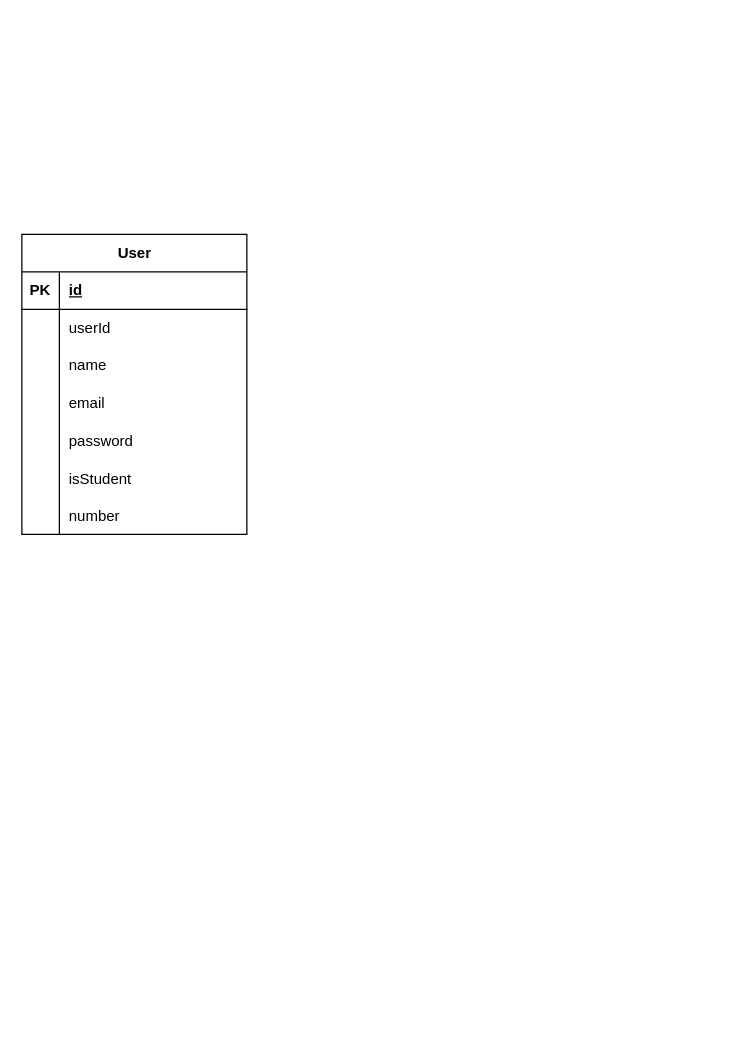
Before: ROAD.drawio in Log-Road/Road-Server, a draw.io diagram. Source tidied: cells renumbered, new cells numbered last; positions are measured from the earlier drawing's top-left corner, leaving out a move shared by most shapes. Both pictures are drawn from the tidied source at 125%, with x=0, y=0 at pixel (21, 234).
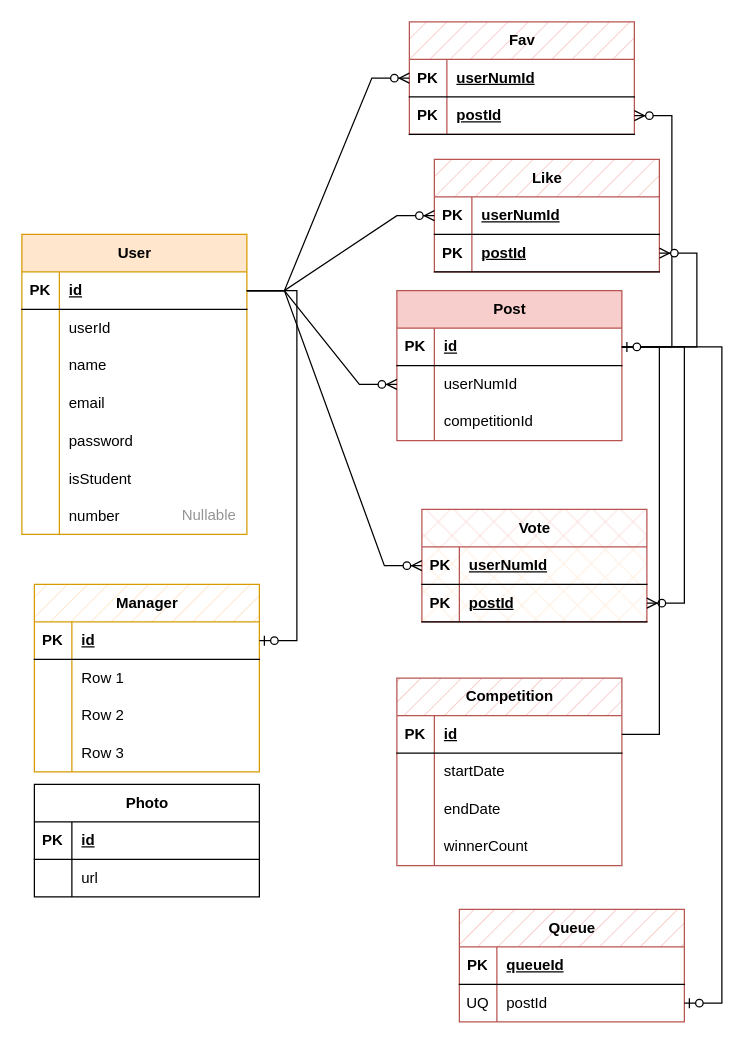
The same page after the edit.

The change refers to these unchanged cells:
```xml
<mxCell id="3" style="shape=tableRow;horizontal=0;startSize=0;swimlaneHead=0;swimlaneBody=0;fillColor=none;points=[[0,0.5],[1,0.5]];portConstraint=eastwest;top=0;left=0;right=0;bottom=1;" parent="2" vertex="1">
  <mxGeometry y="30" width="180" height="30" as="geometry" />
</mxCell>
```

What changed in the source:
```diff
@@
-    <mxCell id="2" value="User" style="shape=table;startSize=30;childLayout=tableLayout;rowLines=0;fontStyle=1;align=center;html=1;" parent="1" vertex="1">
+    <mxCell id="2" value="User" style="shape=table;startSize=30;childLayout=tableLayout;rowLines=0;fontStyle=1;align=center;html=1;fillColor=#ffe6cc;strokeColor=#d79b00;" parent="1" vertex="1">
       <mxGeometry width="180" height="240" as="geometry" />
     </mxCell>
@@
+    <mxCell id="24" value="Post" style="shape=table;startSize=30;childLayout=tableLayout;rowLines=0;fontStyle=1;align=center;html=1;fillColor=#f8cecc;strokeColor=#b85450;" parent="1" vertex="1">
+      <mxGeometry x="300" y="45" width="180" height="120" as="geometry" />
+    </mxCell>
+    <mxCell id="25" style="shape=tableRow;horizontal=0;startSize=0;swimlaneHead=0;swimlaneBody=0;fillColor=none;points=[[0,0.5],[1,0.5]];portConstraint=eastwest;top=0;left=0;right=0;bottom=1;" parent="24" vertex="1">
+      <mxGeometry y="30" width="180" height="30" as="geometry" />
+    </mxCell>
+    <mxCell id="26" value="PK" style="shape=partialRectangle;fillColor=none;top=0;left=0;bottom=0;right=0;fontStyle=1;overflow=hidden;whiteSpace=wrap;html=1;" parent="25" vertex="1">
+      <mxGeometry width="30" height="30" as="geometry" />
+    </mxCell>
+    <mxCell id="27" value="id" style="shape=partialRectangle;fillColor=none;top=0;left=0;bottom=0;right=0;align=left;spacingLeft=6;fontStyle=5;overflow=hidden;whiteSpace=wrap;html=1;" parent="25" vertex="1">
+      <mxGeometry x="30" width="150" height="30" as="geometry" />
+    </mxCell>
+    <mxCell id="28" style="shape=tableRow;horizontal=0;startSize=0;swimlaneHead=0;swimlaneBody=0;fillColor=none;points=[[0,0.5],[1,0.5]];portConstraint=eastwest;top=0;left=0;right=0;bottom=0;" parent="24" vertex="1">
+      <mxGeometry y="60" width="180" height="30" as="geometry" />
+    </mxCell>
+    <mxCell id="29" style="shape=partialRectangle;fillColor=none;top=0;left=0;bottom=0;right=0;overflow=hidden;whiteSpace=wrap;html=1;" parent="28" vertex="1">
+      <mxGeometry width="30" height="30" as="geometry" />
+    </mxCell>
+    <mxCell id="30" value="userNumId" style="shape=partialRectangle;fillColor=none;top=0;left=0;bottom=0;right=0;align=left;spacingLeft=6;overflow=hidden;whiteSpace=wrap;html=1;" parent="28" vertex="1">
+      <mxGeometry x="30" width="150" height="30" as="geometry" />
+    </mxCell>
+    <mxCell id="31" style="shape=tableRow;horizontal=0;startSize=0;swimlaneHead=0;swimlaneBody=0;fillColor=none;top=0;left=0;right=0;bottom=0;" parent="24" vertex="1">
+      <mxGeometry y="90" width="180" height="30" as="geometry" />
+    </mxCell>
+    <mxCell id="32" style="shape=partialRectangle;fillColor=none;top=0;left=0;bottom=0;right=0;overflow=hidden;whiteSpace=wrap;html=1;" parent="31" vertex="1">
+      <mxGeometry width="30" height="30" as="geometry" />
+    </mxCell>
+    <mxCell id="33" value="competitionId" style="shape=partialRectangle;fillColor=none;top=0;left=0;bottom=0;right=0;align=left;spacingLeft=6;overflow=hidden;whiteSpace=wrap;html=1;" parent="31" vertex="1">
+      <mxGeometry x="30" width="150" height="30" as="geometry" />
+    </mxCell>
+    <mxCell id="34" value="Vote" style="shape=table;startSize=30;childLayout=tableLayout;rowLines=0;fontStyle=1;align=center;html=1;fillColor=#f8cecc;strokeColor=#b85450;fillStyle=cross-hatch;swimlaneFillColor=#ffe6cc;" parent="1" vertex="1">
+      <mxGeometry x="320" y="220" width="180" height="90" as="geometry" />
+    </mxCell>
+    <mxCell id="35" style="shape=tableRow;horizontal=0;startSize=0;swimlaneHead=0;swimlaneBody=0;fillColor=none;points=[[0,0.5],[1,0.5]];portConstraint=eastwest;top=0;left=0;right=0;bottom=1;" parent="34" vertex="1">
+      <mxGeometry y="30" width="180" height="30" as="geometry" />
+    </mxCell>
+    <mxCell id="36" value="PK" style="shape=partialRectangle;fillColor=none;top=0;left=0;bottom=0;right=0;fontStyle=1;overflow=hidden;whiteSpace=wrap;html=1;" parent="35" vertex="1">
+      <mxGeometry width="30" height="30" as="geometry" />
+    </mxCell>
+    <mxCell id="37" value="userNumId" style="shape=partialRectangle;fillColor=none;top=0;left=0;bottom=0;right=0;align=left;spacingLeft=6;fontStyle=5;overflow=hidden;whiteSpace=wrap;html=1;" parent="35" vertex="1">
+      <mxGeometry x="30" width="150" height="30" as="geometry" />
+    </mxCell>
+    <mxCell id="38" style="shape=tableRow;horizontal=0;startSize=0;swimlaneHead=0;swimlaneBody=0;fillColor=none;points=[[0,0.5],[1,0.5]];portConstraint=eastwest;top=0;left=0;right=0;bottom=1;" parent="34" vertex="1">
+      <mxGeometry y="60" width="180" height="30" as="geometry" />
+    </mxCell>
+    <mxCell id="39" value="PK" style="shape=partialRectangle;fillColor=none;top=0;left=0;bottom=0;right=0;fontStyle=1;overflow=hidden;whiteSpace=wrap;html=1;" parent="38" vertex="1">
+      <mxGeometry width="30" height="30" as="geometry" />
+    </mxCell>
+    <mxCell id="40" value="postId" style="shape=partialRectangle;fillColor=none;top=0;left=0;bottom=0;right=0;align=left;spacingLeft=6;fontStyle=5;overflow=hidden;whiteSpace=wrap;html=1;" parent="38" vertex="1">
+      <mxGeometry x="30" width="150" height="30" as="geometry" />
+    </mxCell>
+    <mxCell id="41" value="Manager" style="shape=table;startSize=30;childLayout=tableLayout;rowLines=0;fontStyle=1;align=center;html=1;fillColor=#ffe6cc;strokeColor=#d79b00;fillStyle=hatch;" parent="1" vertex="1">
+      <mxGeometry x="10" y="280" width="180" height="150" as="geometry" />
+    </mxCell>
+    <mxCell id="42" style="shape=tableRow;horizontal=0;startSize=0;swimlaneHead=0;swimlaneBody=0;fillColor=none;points=[[0,0.5],[1,0.5]];portConstraint=eastwest;top=0;left=0;right=0;bottom=1;" parent="41" vertex="1">
+      <mxGeometry y="30" width="180" height="30" as="geometry" />
+    </mxCell>
+    <mxCell id="43" value="PK" style="shape=partialRectangle;fillColor=none;top=0;left=0;bottom=0;right=0;fontStyle=1;overflow=hidden;whiteSpace=wrap;html=1;" parent="42" vertex="1">
+      <mxGeometry width="30" height="30" as="geometry" />
+    </mxCell>
+    <mxCell id="44" value="id" style="shape=partialRectangle;fillColor=none;top=0;left=0;bottom=0;right=0;align=left;spacingLeft=6;fontStyle=5;overflow=hidden;whiteSpace=wrap;html=1;" parent="42" vertex="1">
+      <mxGeometry x="30" width="150" height="30" as="geometry" />
+    </mxCell>
+    <mxCell id="45" style="shape=tableRow;horizontal=0;startSize=0;swimlaneHead=0;swimlaneBody=0;fillColor=none;top=0;left=0;right=0;bottom=0;" parent="41" vertex="1">
+      <mxGeometry y="60" width="180" height="30" as="geometry" />
+    </mxCell>
+    <mxCell id="46" style="shape=partialRectangle;fillColor=none;top=0;left=0;bottom=0;right=0;overflow=hidden;whiteSpace=wrap;html=1;" parent="45" vertex="1">
+      <mxGeometry width="30" height="30" as="geometry" />
+    </mxCell>
+    <mxCell id="47" value="Row 1" style="shape=partialRectangle;fillColor=none;top=0;left=0;bottom=0;right=0;align=left;spacingLeft=6;overflow=hidden;whiteSpace=wrap;html=1;" parent="45" vertex="1">
+      <mxGeometry x="30" width="150" height="30" as="geometry" />
+    </mxCell>
+    <mxCell id="48" style="shape=tableRow;horizontal=0;startSize=0;swimlaneHead=0;swimlaneBody=0;fillColor=none;top=0;left=0;right=0;bottom=0;" parent="41" vertex="1">
+      <mxGeometry y="90" width="180" height="30" as="geometry" />
+    </mxCell>
+    <mxCell id="49" style="shape=partialRectangle;fillColor=none;top=0;left=0;bottom=0;right=0;overflow=hidden;whiteSpace=wrap;html=1;" parent="48" vertex="1">
+      <mxGeometry width="30" height="30" as="geometry" />
+    </mxCell>
+    <mxCell id="50" value="Row 2" style="shape=partialRectangle;fillColor=none;top=0;left=0;bottom=0;right=0;align=left;spacingLeft=6;overflow=hidden;whiteSpace=wrap;html=1;" parent="48" vertex="1">
+      <mxGeometry x="30" width="150" height="30" as="geometry" />
+    </mxCell>
+    <mxCell id="51" style="shape=tableRow;horizontal=0;startSize=0;swimlaneHead=0;swimlaneBody=0;fillColor=none;top=0;left=0;right=0;bottom=0;" parent="41" vertex="1">
+      <mxGeometry y="120" width="180" height="30" as="geometry" />
+    </mxCell>
+    <mxCell id="52" style="shape=partialRectangle;fillColor=none;top=0;left=0;bottom=0;right=0;overflow=hidden;whiteSpace=wrap;html=1;" parent="51" vertex="1">
+      <mxGeometry width="30" height="30" as="geometry" />
+    </mxCell>
+    <mxCell id="53" value="Row 3" style="shape=partialRectangle;fillColor=none;top=0;left=0;bottom=0;right=0;align=left;spacingLeft=6;overflow=hidden;whiteSpace=wrap;html=1;" parent="51" vertex="1">
+      <mxGeometry x="30" width="150" height="30" as="geometry" />
+    </mxCell>
+    <mxCell id="54" style="edgeStyle=entityRelationEdgeStyle;fontSize=12;html=1;endArrow=ERzeroToOne;endFill=1;rounded=0;" parent="1" edge="1" source="3" target="42">
+      <mxGeometry relative="1" as="geometry" />
+    </mxCell>
+    <mxCell id="55" style="edgeStyle=entityRelationEdgeStyle;fontSize=12;html=1;endArrow=ERzeroToMany;endFill=1;rounded=0;" parent="1" edge="1" source="3" target="28">
+      <mxGeometry relative="1" as="geometry" />
+    </mxCell>
+    <mxCell id="56" value="Like" style="shape=table;startSize=30;childLayout=tableLayout;rowLines=0;fontStyle=1;align=center;html=1;fillColor=#f8cecc;strokeColor=#b85450;fillStyle=hatch;" parent="1" vertex="1">
+      <mxGeometry x="330" y="-60" width="180" height="90" as="geometry" />
+    </mxCell>
+    <mxCell id="57" style="shape=tableRow;horizontal=0;startSize=0;swimlaneHead=0;swimlaneBody=0;fillColor=none;points=[[0,0.5],[1,0.5]];portConstraint=eastwest;top=0;left=0;right=0;bottom=1;" parent="56" vertex="1">
+      <mxGeometry y="30" width="180" height="30" as="geometry" />
+    </mxCell>
+    <mxCell id="58" value="PK" style="shape=partialRectangle;fillColor=none;top=0;left=0;bottom=0;right=0;fontStyle=1;overflow=hidden;whiteSpace=wrap;html=1;" parent="57" vertex="1">
+      <mxGeometry width="30" height="30" as="geometry" />
+    </mxCell>
+    <mxCell id="59" value="userNumId" style="shape=partialRectangle;fillColor=none;top=0;left=0;bottom=0;right=0;align=left;spacingLeft=6;fontStyle=5;overflow=hidden;whiteSpace=wrap;html=1;" parent="57" vertex="1">
+      <mxGeometry x="30" width="150" height="30" as="geometry" />
+    </mxCell>
+    <mxCell id="60" style="shape=tableRow;horizontal=0;startSize=0;swimlaneHead=0;swimlaneBody=0;fillColor=none;points=[[0,0.5],[1,0.5]];portConstraint=eastwest;top=0;left=0;right=0;bottom=1;" parent="56" vertex="1">
+      <mxGeometry y="60" width="180" height="30" as="geometry" />
+    </mxCell>
+    <mxCell id="61" value="PK" style="shape=partialRectangle;fillColor=none;top=0;left=0;bottom=0;right=0;fontStyle=1;overflow=hidden;whiteSpace=wrap;html=1;" parent="60" vertex="1">
+      <mxGeometry width="30" height="30" as="geometry" />
+    </mxCell>
+    <mxCell id="62" value="postId" style="shape=partialRectangle;fillColor=none;top=0;left=0;bottom=0;right=0;align=left;spacingLeft=6;fontStyle=5;overflow=hidden;whiteSpace=wrap;html=1;" parent="60" vertex="1">
+      <mxGeometry x="30" width="150" height="30" as="geometry" />
+    </mxCell>
+    <mxCell id="63" value="Fav" style="shape=table;startSize=30;childLayout=tableLayout;rowLines=0;fontStyle=1;align=center;html=1;fillColor=#f8cecc;strokeColor=#b85450;fillStyle=hatch;" parent="1" vertex="1">
+      <mxGeometry x="310" y="-170" width="180" height="90" as="geometry" />
+    </mxCell>
+    <mxCell id="64" style="shape=tableRow;horizontal=0;startSize=0;swimlaneHead=0;swimlaneBody=0;fillColor=none;points=[[0,0.5],[1,0.5]];portConstraint=eastwest;top=0;left=0;right=0;bottom=1;" parent="63" vertex="1">
+      <mxGeometry y="30" width="180" height="30" as="geometry" />
+    </mxCell>
+    <mxCell id="65" value="PK" style="shape=partialRectangle;fillColor=none;top=0;left=0;bottom=0;right=0;fontStyle=1;overflow=hidden;whiteSpace=wrap;html=1;" parent="64" vertex="1">
+      <mxGeometry width="30" height="30" as="geometry" />
+    </mxCell>
+    <mxCell id="66" value="userNumId" style="shape=partialRectangle;fillColor=none;top=0;left=0;bottom=0;right=0;align=left;spacingLeft=6;fontStyle=5;overflow=hidden;whiteSpace=wrap;html=1;" parent="64" vertex="1">
+      <mxGeometry x="30" width="150" height="30" as="geometry" />
+    </mxCell>
+    <mxCell id="67" style="shape=tableRow;horizontal=0;startSize=0;swimlaneHead=0;swimlaneBody=0;fillColor=none;points=[[0,0.5],[1,0.5]];portConstraint=eastwest;top=0;left=0;right=0;bottom=1;" parent="63" vertex="1">
+      <mxGeometry y="60" width="180" height="30" as="geometry" />
+    </mxCell>
+    <mxCell id="68" value="PK" style="shape=partialRectangle;fillColor=none;top=0;left=0;bottom=0;right=0;fontStyle=1;overflow=hidden;whiteSpace=wrap;html=1;" parent="67" vertex="1">
+      <mxGeometry width="30" height="30" as="geometry" />
+    </mxCell>
+    <mxCell id="69" value="postId" style="shape=partialRectangle;fillColor=none;top=0;left=0;bottom=0;right=0;align=left;spacingLeft=6;fontStyle=5;overflow=hidden;whiteSpace=wrap;html=1;" parent="67" vertex="1">
+      <mxGeometry x="30" width="150" height="30" as="geometry" />
+    </mxCell>
+    <mxCell id="70" style="edgeStyle=entityRelationEdgeStyle;fontSize=12;html=1;endArrow=ERzeroToMany;endFill=1;rounded=0;" parent="1" edge="1" source="3" target="64">
+      <mxGeometry relative="1" as="geometry" />
+    </mxCell>
+    <mxCell id="71" style="edgeStyle=entityRelationEdgeStyle;fontSize=12;html=1;endArrow=ERzeroToMany;endFill=1;rounded=0;" parent="1" edge="1" source="25" target="67">
+      <mxGeometry relative="1" as="geometry" />
+    </mxCell>
+    <mxCell id="72" style="edgeStyle=entityRelationEdgeStyle;fontSize=12;html=1;endArrow=ERzeroToMany;endFill=1;rounded=0;" parent="1" edge="1" target="60">
+      <mxGeometry relative="1" as="geometry">
+        <mxPoint x="480" y="90" as="sourcePoint" />
+      </mxGeometry>
+    </mxCell>
+    <mxCell id="73" style="edgeStyle=entityRelationEdgeStyle;fontSize=12;html=1;endArrow=ERzeroToMany;endFill=1;rounded=0;" parent="1" edge="1" source="3" target="57">
+      <mxGeometry relative="1" as="geometry" />
+    </mxCell>
+    <mxCell id="74" style="edgeStyle=entityRelationEdgeStyle;fontSize=12;html=1;endArrow=ERzeroToMany;endFill=1;rounded=0;" parent="1" edge="1" target="38">
+      <mxGeometry relative="1" as="geometry">
+        <mxPoint x="480" y="90" as="sourcePoint" />
+      </mxGeometry>
+    </mxCell>
+    <mxCell id="75" style="edgeStyle=entityRelationEdgeStyle;fontSize=12;html=1;endArrow=ERzeroToMany;endFill=1;rounded=0;" parent="1" edge="1" source="3" target="35">
+      <mxGeometry relative="1" as="geometry" />
+    </mxCell>
+    <mxCell id="76" value="Photo" style="shape=table;startSize=30;childLayout=tableLayout;rowLines=0;fontStyle=1;align=center;html=1;" parent="1" vertex="1">
+      <mxGeometry x="10" y="440" width="180" height="90" as="geometry" />
+    </mxCell>
+    <mxCell id="77" style="shape=tableRow;horizontal=0;startSize=0;swimlaneHead=0;swimlaneBody=0;fillColor=none;top=0;left=0;right=0;bottom=1;" parent="76" vertex="1">
+      <mxGeometry y="30" width="180" height="30" as="geometry" />
+    </mxCell>
+    <mxCell id="78" value="PK" style="shape=partialRectangle;fillColor=none;top=0;left=0;bottom=0;right=0;fontStyle=1;overflow=hidden;whiteSpace=wrap;html=1;" parent="77" vertex="1">
+      <mxGeometry width="30" height="30" as="geometry" />
+    </mxCell>
+    <mxCell id="79" value="id" style="shape=partialRectangle;fillColor=none;top=0;left=0;bottom=0;right=0;align=left;spacingLeft=6;fontStyle=5;overflow=hidden;whiteSpace=wrap;html=1;" parent="77" vertex="1">
+      <mxGeometry x="30" width="150" height="30" as="geometry" />
+    </mxCell>
+    <mxCell id="80" style="shape=tableRow;horizontal=0;startSize=0;swimlaneHead=0;swimlaneBody=0;fillColor=none;top=0;left=0;right=0;bottom=0;" parent="76" vertex="1">
+      <mxGeometry y="60" width="180" height="30" as="geometry" />
+    </mxCell>
+    <mxCell id="81" style="shape=partialRectangle;fillColor=none;top=0;left=0;bottom=0;right=0;overflow=hidden;whiteSpace=wrap;html=1;" parent="80" vertex="1">
+      <mxGeometry width="30" height="30" as="geometry" />
+    </mxCell>
+    <mxCell id="82" value="url" style="shape=partialRectangle;fillColor=none;top=0;left=0;bottom=0;right=0;align=left;spacingLeft=6;overflow=hidden;whiteSpace=wrap;html=1;" parent="80" vertex="1">
+      <mxGeometry x="30" width="150" height="30" as="geometry" />
+    </mxCell>
+    <mxCell id="83" value="Competition" style="shape=table;startSize=30;childLayout=tableLayout;rowLines=0;fontStyle=1;align=center;html=1;fillColor=#f8cecc;strokeColor=#b85450;fillStyle=hatch;" parent="1" vertex="1">
+      <mxGeometry x="300" y="355" width="180" height="150" as="geometry" />
+    </mxCell>
+    <mxCell id="84" style="shape=tableRow;horizontal=0;startSize=0;swimlaneHead=0;swimlaneBody=0;fillColor=none;points=[[0,0.5],[1,0.5]];portConstraint=eastwest;top=0;left=0;right=0;bottom=1;" parent="83" vertex="1">
+      <mxGeometry y="30" width="180" height="30" as="geometry" />
+    </mxCell>
+    <mxCell id="85" value="PK" style="shape=partialRectangle;fillColor=none;top=0;left=0;bottom=0;right=0;fontStyle=1;overflow=hidden;whiteSpace=wrap;html=1;" parent="84" vertex="1">
+      <mxGeometry width="30" height="30" as="geometry" />
+    </mxCell>
+    <mxCell id="86" value="id" style="shape=partialRectangle;fillColor=none;top=0;left=0;bottom=0;right=0;align=left;spacingLeft=6;fontStyle=5;overflow=hidden;whiteSpace=wrap;html=1;" parent="84" vertex="1">
+      <mxGeometry x="30" width="150" height="30" as="geometry" />
+    </mxCell>
+    <mxCell id="87" style="shape=tableRow;horizontal=0;startSize=0;swimlaneHead=0;swimlaneBody=0;fillColor=none;top=0;left=0;right=0;bottom=0;" parent="83" vertex="1">
+      <mxGeometry y="60" width="180" height="30" as="geometry" />
+    </mxCell>
+    <mxCell id="88" style="shape=partialRectangle;fillColor=none;top=0;left=0;bottom=0;right=0;overflow=hidden;whiteSpace=wrap;html=1;" parent="87" vertex="1">
+      <mxGeometry width="30" height="30" as="geometry" />
+    </mxCell>
+    <mxCell id="89" value="startDate" style="shape=partialRectangle;fillColor=none;top=0;left=0;bottom=0;right=0;align=left;spacingLeft=6;overflow=hidden;whiteSpace=wrap;html=1;" parent="87" vertex="1">
+      <mxGeometry x="30" width="150" height="30" as="geometry" />
+    </mxCell>
+    <mxCell id="90" style="shape=tableRow;horizontal=0;startSize=0;swimlaneHead=0;swimlaneBody=0;fillColor=none;top=0;left=0;right=0;bottom=0;" parent="83" vertex="1">
+      <mxGeometry y="90" width="180" height="30" as="geometry" />
+    </mxCell>
+    <mxCell id="91" style="shape=partialRectangle;fillColor=none;top=0;left=0;bottom=0;right=0;overflow=hidden;whiteSpace=wrap;html=1;" parent="90" vertex="1">
+      <mxGeometry width="30" height="30" as="geometry" />
+    </mxCell>
+    <mxCell id="92" value="endDate" style="shape=partialRectangle;fillColor=none;top=0;left=0;bottom=0;right=0;align=left;spacingLeft=6;overflow=hidden;whiteSpace=wrap;html=1;" parent="90" vertex="1">
+      <mxGeometry x="30" width="150" height="30" as="geometry" />
+    </mxCell>
+    <mxCell id="93" style="shape=tableRow;horizontal=0;startSize=0;swimlaneHead=0;swimlaneBody=0;fillColor=none;top=0;left=0;right=0;bottom=0;" parent="83" vertex="1">
+      <mxGeometry y="120" width="180" height="30" as="geometry" />
+    </mxCell>
+    <mxCell id="94" style="shape=partialRectangle;fillColor=none;top=0;left=0;bottom=0;right=0;overflow=hidden;whiteSpace=wrap;html=1;" parent="93" vertex="1">
+      <mxGeometry width="30" height="30" as="geometry" />
+    </mxCell>
+    <mxCell id="95" value="winnerCount" style="shape=partialRectangle;fillColor=none;top=0;left=0;bottom=0;right=0;align=left;spacingLeft=6;overflow=hidden;whiteSpace=wrap;html=1;" parent="93" vertex="1">
+      <mxGeometry x="30" width="150" height="30" as="geometry" />
+    </mxCell>
+    <mxCell id="96" value="Queue" style="shape=table;startSize=30;childLayout=tableLayout;rowLines=0;fontStyle=1;align=center;html=1;fillColor=#f8cecc;strokeColor=#b85450;fillStyle=hatch;" parent="1" vertex="1">
+      <mxGeometry x="350" y="540" width="180" height="90" as="geometry" />
+    </mxCell>
+    <mxCell id="97" style="shape=tableRow;horizontal=0;startSize=0;swimlaneHead=0;swimlaneBody=0;fillColor=none;top=0;left=0;right=0;bottom=1;" parent="96" vertex="1">
+      <mxGeometry y="30" width="180" height="30" as="geometry" />
+    </mxCell>
+    <mxCell id="98" value="PK" style="shape=partialRectangle;fillColor=none;top=0;left=0;bottom=0;right=0;fontStyle=1;overflow=hidden;whiteSpace=wrap;html=1;" parent="97" vertex="1">
+      <mxGeometry width="30" height="30" as="geometry" />
+    </mxCell>
+    <mxCell id="99" value="queueId" style="shape=partialRectangle;fillColor=none;top=0;left=0;bottom=0;right=0;align=left;spacingLeft=6;fontStyle=5;overflow=hidden;whiteSpace=wrap;html=1;" parent="97" vertex="1">
+      <mxGeometry x="30" width="150" height="30" as="geometry" />
+    </mxCell>
+    <mxCell id="100" style="shape=tableRow;horizontal=0;startSize=0;swimlaneHead=0;swimlaneBody=0;fillColor=none;points=[[0,0.5],[1,0.5]];portConstraint=eastwest;top=0;left=0;right=0;bottom=0;" parent="96" vertex="1">
+      <mxGeometry y="60" width="180" height="30" as="geometry" />
+    </mxCell>
+    <mxCell id="101" value="UQ" style="shape=partialRectangle;fillColor=none;top=0;left=0;bottom=0;right=0;overflow=hidden;whiteSpace=wrap;html=1;" parent="100" vertex="1">
+      <mxGeometry width="30" height="30" as="geometry" />
+    </mxCell>
+    <mxCell id="102" value="postId" style="shape=partialRectangle;fillColor=none;top=0;left=0;bottom=0;right=0;align=left;spacingLeft=6;overflow=hidden;whiteSpace=wrap;html=1;" parent="100" vertex="1">
+      <mxGeometry x="30" width="150" height="30" as="geometry" />
+    </mxCell>
+    <mxCell id="103" style="edgeStyle=entityRelationEdgeStyle;fontSize=12;html=1;endArrow=ERzeroToOne;endFill=1;rounded=0;" parent="1" edge="1" source="25" target="100">
+      <mxGeometry relative="1" as="geometry">
+        <Array as="points">
+          <mxPoint x="550" y="180" />
+        </Array>
+      </mxGeometry>
+    </mxCell>
+    <mxCell id="104" style="edgeStyle=entityRelationEdgeStyle;fontSize=12;html=1;endArrow=ERzeroToOne;endFill=1;rounded=0;" parent="1" edge="1" source="84" target="25">
+      <mxGeometry relative="1" as="geometry" />
+    </mxCell>
+    <mxCell id="105" value="Nullable" style="text;html=1;align=center;verticalAlign=middle;whiteSpace=wrap;rounded=0;fontColor=#949494;" parent="1" vertex="1">
+      <mxGeometry x="120" y="210" width="60" height="30" as="geometry" />
+    </mxCell>
```
